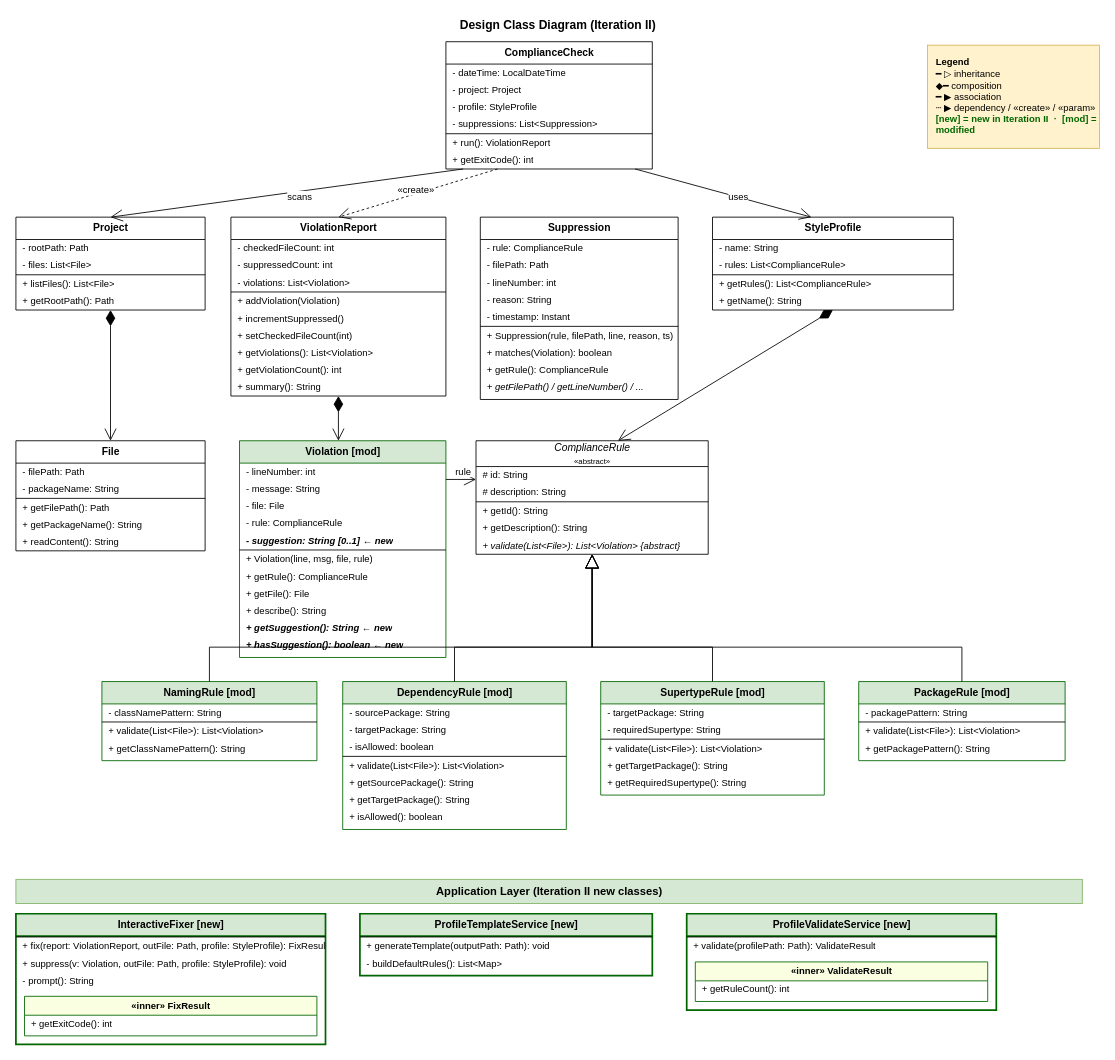
Above: hw/hw7/diagrams/dcd.drawio in chun-wei0413/arch-checker (draw.io), before the change. Source tidied: cells renumbered, new cells numbered last; positions are measured from the earlier drawing's top-left corner, leaving out a move shared by most shapes. Both pictures are drawn from the tidied source at 86%, with x=0, y=0 at pixel (15, 15).
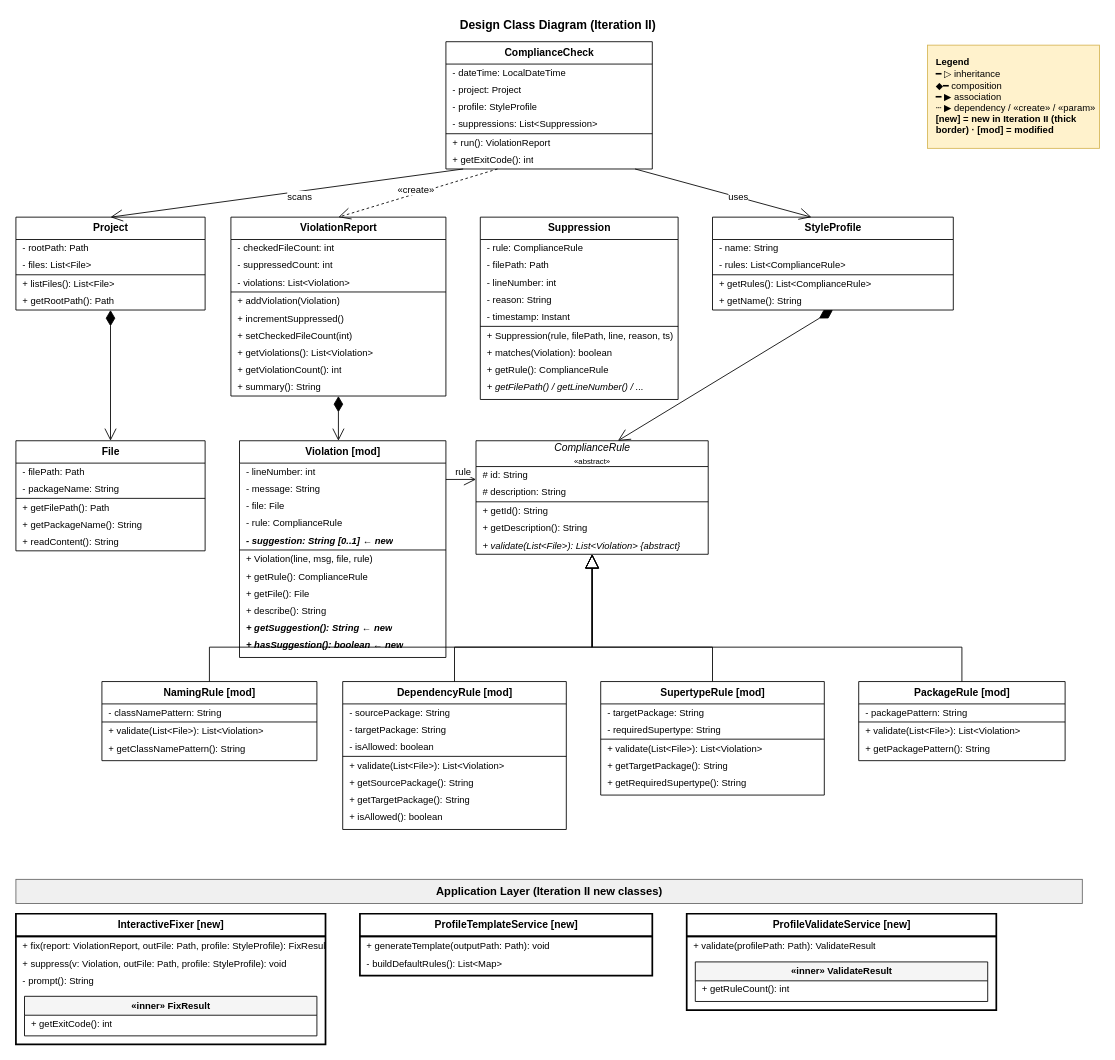
The same diagram, later.

The edit, as a diff of the source:
```diff
@@
-    <mxCell id="52" value="Violation [mod]" style="swimlane;fontStyle=1;align=center;startSize=26;rounded=0;shadow=0;strokeWidth=1;swimlaneLine=1;html=1;fillColor=#d5e8d4;strokeColor=#006600;fontSize=12;" parent="1" vertex="1">
+    <mxCell id="52" value="Violation [mod]" style="swimlane;fontStyle=1;align=center;startSize=26;rounded=0;shadow=0;strokeWidth=1;swimlaneLine=1;html=1;fillColor=#ffffff;strokeColor=#000000;fontSize=12;" parent="1" vertex="1">
       <mxGeometry x="260" y="495" width="240" height="252" as="geometry" />
     </mxCell>
@@
-    <mxCell id="72" value="NamingRule [mod]" style="swimlane;fontStyle=1;align=center;startSize=26;rounded=0;shadow=0;strokeWidth=1;swimlaneLine=1;html=1;fillColor=#d5e8d4;strokeColor=#006600;fontSize=12;" parent="1" vertex="1">
+    <mxCell id="72" value="NamingRule [mod]" style="swimlane;fontStyle=1;align=center;startSize=26;rounded=0;shadow=0;strokeWidth=1;swimlaneLine=1;html=1;fillColor=#ffffff;strokeColor=#000000;fontSize=12;" parent="1" vertex="1">
       <mxGeometry x="100" y="775" width="250" height="92" as="geometry" />
     </mxCell>
@@
-    <mxCell id="77" value="DependencyRule [mod]" style="swimlane;fontStyle=1;align=center;startSize=26;rounded=0;shadow=0;strokeWidth=1;swimlaneLine=1;html=1;fillColor=#d5e8d4;strokeColor=#006600;fontSize=12;" parent="1" vertex="1">
+    <mxCell id="77" value="DependencyRule [mod]" style="swimlane;fontStyle=1;align=center;startSize=26;rounded=0;shadow=0;strokeWidth=1;swimlaneLine=1;html=1;fillColor=#ffffff;strokeColor=#000000;fontSize=12;" parent="1" vertex="1">
       <mxGeometry x="380" y="775" width="260" height="172" as="geometry" />
     </mxCell>
@@
-    <mxCell id="86" value="SupertypeRule [mod]" style="swimlane;fontStyle=1;align=center;startSize=26;rounded=0;shadow=0;strokeWidth=1;swimlaneLine=1;html=1;fillColor=#d5e8d4;strokeColor=#006600;fontSize=12;" parent="1" vertex="1">
+    <mxCell id="86" value="SupertypeRule [mod]" style="swimlane;fontStyle=1;align=center;startSize=26;rounded=0;shadow=0;strokeWidth=1;swimlaneLine=1;html=1;fillColor=#ffffff;strokeColor=#000000;fontSize=12;" parent="1" vertex="1">
       <mxGeometry x="680" y="775" width="260" height="132" as="geometry" />
     </mxCell>
@@
-    <mxCell id="93" value="PackageRule [mod]" style="swimlane;fontStyle=1;align=center;startSize=26;rounded=0;shadow=0;strokeWidth=1;swimlaneLine=1;html=1;fillColor=#d5e8d4;strokeColor=#006600;fontSize=12;" parent="1" vertex="1">
+    <mxCell id="93" value="PackageRule [mod]" style="swimlane;fontStyle=1;align=center;startSize=26;rounded=0;shadow=0;strokeWidth=1;swimlaneLine=1;html=1;fillColor=#ffffff;strokeColor=#000000;fontSize=12;" parent="1" vertex="1">
       <mxGeometry x="980" y="775" width="240" height="92" as="geometry" />
     </mxCell>
@@
-    <mxCell id="113" value="Application Layer (Iteration II new classes)" style="text;html=1;strokeColor=#82b366;fillColor=#d5e8d4;align=center;verticalAlign=middle;fontSize=13;fontStyle=1;" parent="1" vertex="1">
+    <mxCell id="113" value="Application Layer (Iteration II new classes)" style="text;html=1;strokeColor=#666666;fillColor=#f0f0f0;align=center;verticalAlign=middle;fontSize=13;fontStyle=1;" parent="1" vertex="1">
       <mxGeometry y="1005" width="1240" height="28" as="geometry" />
     </mxCell>
-    <mxCell id="114" value="InteractiveFixer [new]" style="swimlane;fontStyle=1;align=center;startSize=26;rounded=0;shadow=0;strokeWidth=2;swimlaneLine=1;html=1;fillColor=#d5e8d4;strokeColor=#006600;fontSize=12;" parent="1" vertex="1">
+    <mxCell id="114" value="InteractiveFixer [new]" style="swimlane;fontStyle=1;align=center;startSize=26;rounded=0;shadow=0;strokeWidth=2;swimlaneLine=1;html=1;fillColor=#ffffff;strokeColor=#000000;fontSize=12;" parent="1" vertex="1">
       <mxGeometry y="1045" width="360" height="152" as="geometry" />
     </mxCell>
@@
-    <mxCell id="119" value="«inner» FixResult" style="swimlane;fontStyle=1;align=center;startSize=22;rounded=0;shadow=0;strokeWidth=1;swimlaneLine=1;html=1;fillColor=#f9ffe0;strokeColor=#006600;fontSize=11;" parent="114" vertex="1">
+    <mxCell id="119" value="«inner» FixResult" style="swimlane;fontStyle=1;align=center;startSize=22;rounded=0;shadow=0;strokeWidth=1;swimlaneLine=1;html=1;fillColor=#f5f5f5;strokeColor=#000000;fontSize=11;" parent="114" vertex="1">
       <mxGeometry x="10" y="96" width="340" height="46" as="geometry" />
     </mxCell>
@@
-    <mxCell id="121" value="ProfileTemplateService [new]" style="swimlane;fontStyle=1;align=center;startSize=26;rounded=0;shadow=0;strokeWidth=2;swimlaneLine=1;html=1;fillColor=#d5e8d4;strokeColor=#006600;fontSize=12;" parent="1" vertex="1">
+    <mxCell id="121" value="ProfileTemplateService [new]" style="swimlane;fontStyle=1;align=center;startSize=26;rounded=0;shadow=0;strokeWidth=2;swimlaneLine=1;html=1;fillColor=#ffffff;strokeColor=#000000;fontSize=12;" parent="1" vertex="1">
       <mxGeometry x="400" y="1045" width="340" height="72" as="geometry" />
     </mxCell>
@@
-    <mxCell id="125" value="ProfileValidateService [new]" style="swimlane;fontStyle=1;align=center;startSize=26;rounded=0;shadow=0;strokeWidth=2;swimlaneLine=1;html=1;fillColor=#d5e8d4;strokeColor=#006600;fontSize=12;" parent="1" vertex="1">
+    <mxCell id="125" value="ProfileValidateService [new]" style="swimlane;fontStyle=1;align=center;startSize=26;rounded=0;shadow=0;strokeWidth=2;swimlaneLine=1;html=1;fillColor=#ffffff;strokeColor=#000000;fontSize=12;" parent="1" vertex="1">
       <mxGeometry x="780" y="1045" width="360" height="112" as="geometry" />
     </mxCell>
@@
-    <mxCell id="128" value="«inner» ValidateResult" style="swimlane;fontStyle=1;align=center;startSize=22;rounded=0;shadow=0;strokeWidth=1;swimlaneLine=1;html=1;fillColor=#f9ffe0;strokeColor=#006600;fontSize=11;" parent="125" vertex="1">
+    <mxCell id="128" value="«inner» ValidateResult" style="swimlane;fontStyle=1;align=center;startSize=22;rounded=0;shadow=0;strokeWidth=1;swimlaneLine=1;html=1;fillColor=#f5f5f5;strokeColor=#000000;fontSize=11;" parent="125" vertex="1">
       <mxGeometry x="10" y="56" width="340" height="46" as="geometry" />
     </mxCell>
@@
-    <mxCell id="130" value="&lt;b&gt;Legend&lt;/b&gt;&lt;br&gt;━ ▷  inheritance&lt;br&gt;◆━  composition&lt;br&gt;━ ▶  association&lt;br&gt;┄ ▶  dependency / «create» / «param»&lt;br&gt;&lt;font color=&quot;#006600&quot;&gt;&lt;b&gt;[new] = new in Iteration II &amp;nbsp;·&amp;nbsp; [mod] = modified&lt;/b&gt;&lt;/font&gt;" style="rounded=0;whiteSpace=wrap;html=1;fillColor=#fff2cc;strokeColor=#d6b656;fontSize=11;align=left;verticalAlign=middle;spacingLeft=8;" parent="1" vertex="1">
+    <mxCell id="130" value="&lt;b&gt;Legend&lt;/b&gt;&lt;br&gt;━ ▷  inheritance&lt;br&gt;◆━  composition&lt;br&gt;━ ▶  association&lt;br&gt;┄ ▶  dependency / «create» / «param»&lt;br&gt;&lt;b&gt;[new] = new in Iteration II (thick border)  ·  [mod] = modified&lt;/b&gt;" style="rounded=0;whiteSpace=wrap;html=1;fillColor=#fff2cc;strokeColor=#d6b656;fontSize=11;align=left;verticalAlign=middle;spacingLeft=8;" parent="1" vertex="1">
       <mxGeometry x="1060" y="35" width="200" height="120" as="geometry" />
     </mxCell>
```
